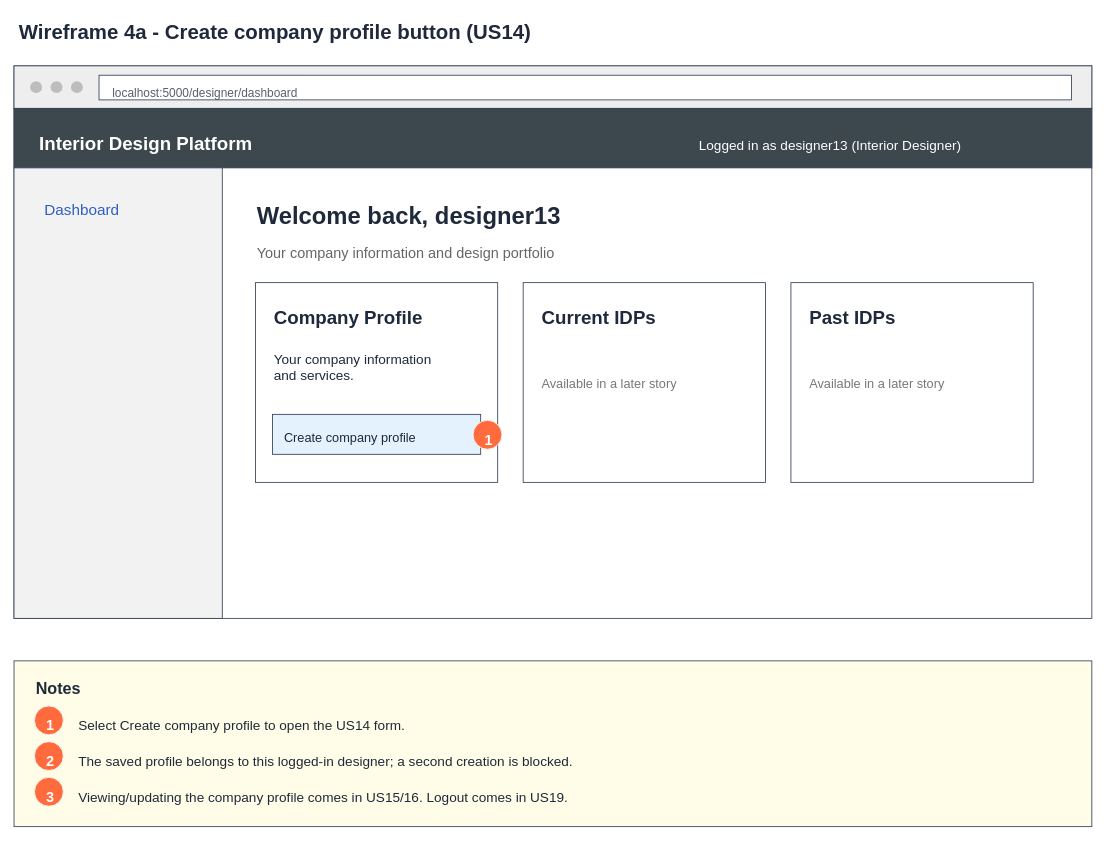
Earlier version of the draw.io diagram page "4a Wireframe - Create button" (2 of 8) of Sprint_2/US14 - Create Company Profile/US14 Create company profile.drawio (Hanzxc/CSIT314-ARCHSS). Source tidied: cells renumbered, new cells numbered last; positions are measured from the earlier drawing's top-left corner, leaving out a move shared by most shapes. Both pictures are drawn from the tidied source at 85%, with x=0, y=0 at pixel (14, 14).
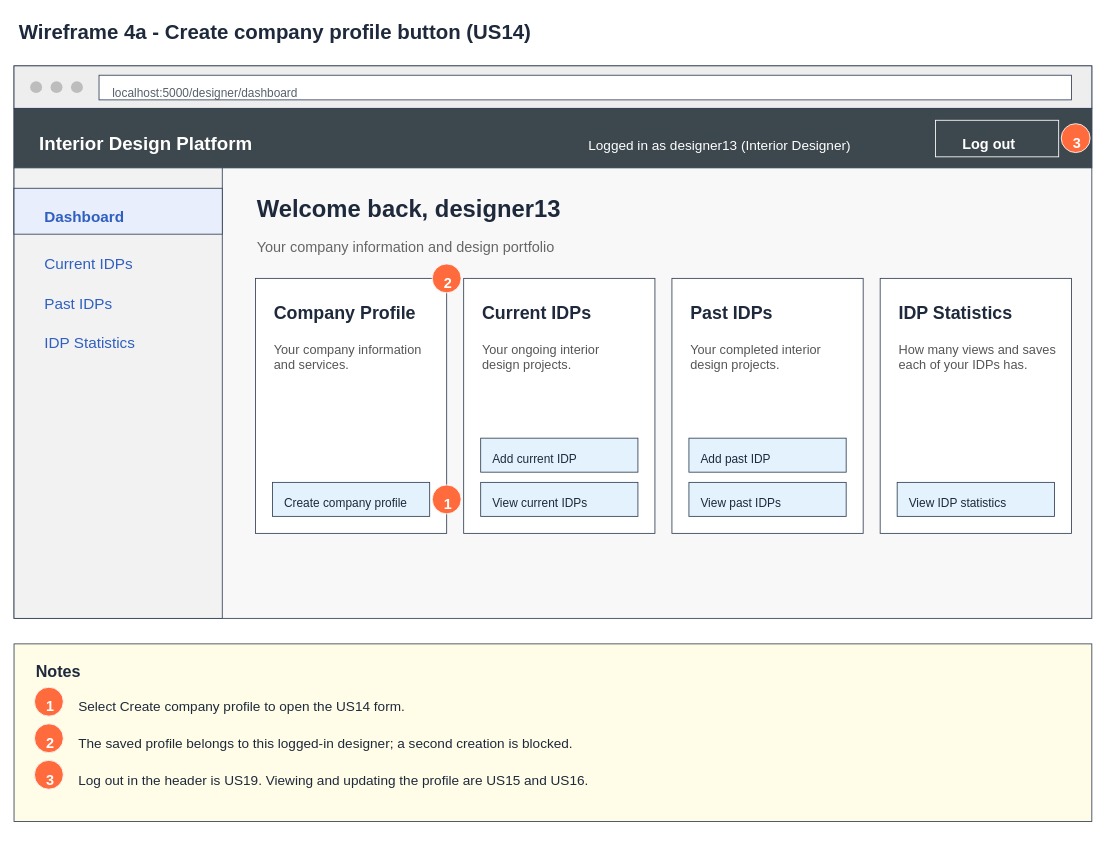
Above is the later version.

Diff of the diagram source:
```diff
@@
-    <mxCell id="3" style="rounded=0;whiteSpace=wrap;fillColor=#ffffff;strokeColor=#334155;" parent="1" vertex="1">
+    <mxCell id="3" style="rounded=0;whiteSpace=wrap;fillColor=#f8f8f8;strokeColor=#334155;" parent="1" vertex="1">
       <mxGeometry y="61" width="1268" height="650" as="geometry" />
     </mxCell>
@@
     <mxCell id="12" value="Logged in as designer13 (Interior Designer)" style="text;html=0;align=left;verticalAlign=top;fontSize=16;fontStyle=0;fontColor=#ffffff;" parent="1" vertex="1">
-      <mxGeometry x="804" y="138" width="440" height="23" as="geometry" />
+      <mxGeometry x="674" y="138" width="440" height="23" as="geometry" />
     </mxCell>
-    <mxCell id="13" style="rounded=0;whiteSpace=wrap;fillColor=#f2f2f2;strokeColor=#334155;" parent="1" vertex="1">
-      <mxGeometry y="181" width="245" height="530" as="geometry" />
+    <mxCell id="13" style="rounded=0;whiteSpace=wrap;fillColor=#3d474e;strokeColor=#ffffff;" parent="1" vertex="1">
+      <mxGeometry x="1084" y="125" width="145" height="43" as="geometry" />
     </mxCell>
-    <mxCell id="14" value="Dashboard" style="text;html=0;align=left;verticalAlign=top;fontSize=18;fontStyle=0;fontColor=#2f5fbf;" parent="1" vertex="1">
-      <mxGeometry x="34" y="213" width="200" height="25" as="geometry" />
+    <mxCell id="14" value="Log out" style="text;html=0;align=left;verticalAlign=top;fontSize=17;fontStyle=1;fontColor=#ffffff;" parent="1" vertex="1">
+      <mxGeometry x="1114" y="136" width="115" height="24" as="geometry" />
     </mxCell>
-    <mxCell id="15" value="Welcome back, designer13" style="text;html=0;align=left;verticalAlign=top;fontSize=28;fontStyle=1;fontColor=#1e293b;" parent="1" vertex="1">
-      <mxGeometry x="284" y="213" width="900" height="35" as="geometry" />
+    <mxCell id="15" style="rounded=0;whiteSpace=wrap;fillColor=#f2f2f2;strokeColor=#334155;" parent="1" vertex="1">
+      <mxGeometry y="181" width="245" height="530" as="geometry" />
     </mxCell>
-    <mxCell id="16" value="Your company information and design portfolio" style="text;html=0;align=left;verticalAlign=top;fontSize=17;fontStyle=0;fontColor=#666666;" parent="1" vertex="1">
-      <mxGeometry x="284" y="264" width="900" height="24" as="geometry" />
+    <mxCell id="16" style="rounded=0;whiteSpace=wrap;fillColor=#e8eefb;strokeColor=#334155;" parent="1" vertex="1">
+      <mxGeometry y="205" width="245" height="54" as="geometry" />
     </mxCell>
-    <mxCell id="17" style="rounded=0;whiteSpace=wrap;fillColor=#ffffff;strokeColor=#334155;" parent="1" vertex="1">
-      <mxGeometry x="284" y="316" width="285" height="235" as="geometry" />
+    <mxCell id="17" value="Dashboard" style="text;html=0;align=left;verticalAlign=top;fontSize=18;fontStyle=1;fontColor=#2f5fbf;" parent="1" vertex="1">
+      <mxGeometry x="34" y="221" width="200" height="25" as="geometry" />
     </mxCell>
-    <mxCell id="18" value="Company Profile" style="text;html=0;align=left;verticalAlign=top;fontSize=22;fontStyle=1;fontColor=#1e293b;" parent="1" vertex="1">
-      <mxGeometry x="304" y="337" width="245" height="29" as="geometry" />
+    <mxCell id="18" value="Current IDPs" style="text;html=0;align=left;verticalAlign=top;fontSize=18;fontStyle=0;fontColor=#2f5fbf;" parent="1" vertex="1">
+      <mxGeometry x="34" y="277" width="200" height="25" as="geometry" />
     </mxCell>
-    <mxCell id="19" value="Your company information&#10;and services." style="text;html=0;align=left;verticalAlign=top;fontSize=16;fontStyle=0;fontColor=#1e293b;" parent="1" vertex="1">
-      <mxGeometry x="304" y="390" width="245" height="46" as="geometry" />
+    <mxCell id="19" value="Past IDPs" style="text;html=0;align=left;verticalAlign=top;fontSize=18;fontStyle=0;fontColor=#2f5fbf;" parent="1" vertex="1">
+      <mxGeometry x="34" y="323" width="200" height="25" as="geometry" />
     </mxCell>
-    <mxCell id="20" style="rounded=0;whiteSpace=wrap;fillColor=#e3f2fd;strokeColor=#334155;" parent="1" vertex="1">
-      <mxGeometry x="304" y="471" width="245" height="47" as="geometry" />
+    <mxCell id="20" value="IDP Statistics" style="text;html=0;align=left;verticalAlign=top;fontSize=18;fontStyle=0;fontColor=#2f5fbf;" parent="1" vertex="1">
+      <mxGeometry x="34" y="369" width="200" height="25" as="geometry" />
     </mxCell>
-    <mxCell id="21" value="Create company profile" style="text;html=0;align=left;verticalAlign=top;fontSize=15;fontStyle=0;fontColor=#1e293b;" parent="1" vertex="1">
-      <mxGeometry x="316" y="483" width="221" height="22" as="geometry" />
+    <mxCell id="21" value="Welcome back, designer13" style="text;html=0;align=left;verticalAlign=top;fontSize=28;fontStyle=1;fontColor=#1e293b;" parent="1" vertex="1">
+      <mxGeometry x="284" y="205" width="900" height="35" as="geometry" />
     </mxCell>
-    <mxCell id="22" style="ellipse;fillColor=#ff6b3d;strokeColor=#ffffff;" parent="1" vertex="1">
-      <mxGeometry x="540" y="478" width="34" height="34" as="geometry" />
+    <mxCell id="22" value="Your company information and design portfolio" style="text;html=0;align=left;verticalAlign=top;fontSize=17;fontStyle=0;fontColor=#666666;" parent="1" vertex="1">
+      <mxGeometry x="284" y="258" width="900" height="24" as="geometry" />
     </mxCell>
-    <mxCell id="23" value="1" style="text;html=0;align=left;verticalAlign=top;fontSize=17;fontStyle=1;fontColor=#ffffff;" parent="1" vertex="1">
-      <mxGeometry x="552" y="484" width="20" height="24" as="geometry" />
+    <mxCell id="23" style="rounded=0;whiteSpace=wrap;fillColor=#ffffff;strokeColor=#334155;" parent="1" vertex="1">
+      <mxGeometry x="284" y="311" width="225" height="300" as="geometry" />
     </mxCell>
-    <mxCell id="24" style="rounded=0;whiteSpace=wrap;fillColor=#ffffff;strokeColor=#334155;" parent="1" vertex="1">
-      <mxGeometry x="599" y="316" width="285" height="235" as="geometry" />
+    <mxCell id="24" value="Company Profile" style="text;html=0;align=left;verticalAlign=top;fontSize=21;fontStyle=1;fontColor=#1e293b;" parent="1" vertex="1">
+      <mxGeometry x="304" y="332" width="195" height="29" as="geometry" />
     </mxCell>
-    <mxCell id="25" value="Current IDPs" style="text;html=0;align=left;verticalAlign=top;fontSize=22;fontStyle=1;fontColor=#1e293b;" parent="1" vertex="1">
-      <mxGeometry x="619" y="337" width="245" height="29" as="geometry" />
+    <mxCell id="25" value="Your company information&#10;and services." style="text;html=0;align=left;verticalAlign=top;fontSize=15;fontStyle=0;fontColor=#555555;" parent="1" vertex="1">
+      <mxGeometry x="304" y="379" width="195" height="44" as="geometry" />
     </mxCell>
-    <mxCell id="26" value="Available in a later story" style="text;html=0;align=left;verticalAlign=top;fontSize=15;fontStyle=0;fontColor=#777777;" parent="1" vertex="1">
-      <mxGeometry x="619" y="419" width="245" height="22" as="geometry" />
+    <mxCell id="26" style="rounded=0;whiteSpace=wrap;fillColor=#e3f2fd;strokeColor=#334155;" parent="1" vertex="1">
+      <mxGeometry x="304" y="551" width="185" height="40" as="geometry" />
     </mxCell>
-    <mxCell id="27" style="rounded=0;whiteSpace=wrap;fillColor=#ffffff;strokeColor=#334155;" parent="1" vertex="1">
-      <mxGeometry x="914" y="316" width="285" height="235" as="geometry" />
+    <mxCell id="27" value="Create company profile" style="text;html=0;align=left;verticalAlign=top;fontSize=14;fontStyle=0;fontColor=#1e293b;" parent="1" vertex="1">
+      <mxGeometry x="316" y="561" width="165" height="22" as="geometry" />
     </mxCell>
-    <mxCell id="28" value="Past IDPs" style="text;html=0;align=left;verticalAlign=top;fontSize=22;fontStyle=1;fontColor=#1e293b;" parent="1" vertex="1">
-      <mxGeometry x="934" y="337" width="245" height="29" as="geometry" />
+    <mxCell id="28" style="rounded=0;whiteSpace=wrap;fillColor=#ffffff;strokeColor=#334155;" parent="1" vertex="1">
+      <mxGeometry x="529" y="311" width="225" height="300" as="geometry" />
     </mxCell>
-    <mxCell id="29" value="Available in a later story" style="text;html=0;align=left;verticalAlign=top;fontSize=15;fontStyle=0;fontColor=#777777;" parent="1" vertex="1">
-      <mxGeometry x="934" y="419" width="245" height="22" as="geometry" />
+    <mxCell id="29" value="Current IDPs" style="text;html=0;align=left;verticalAlign=top;fontSize=21;fontStyle=1;fontColor=#1e293b;" parent="1" vertex="1">
+      <mxGeometry x="549" y="332" width="195" height="29" as="geometry" />
     </mxCell>
-    <mxCell id="30" style="rounded=0;whiteSpace=wrap;fillColor=#fffde7;strokeColor=#334155;" parent="1" vertex="1">
-      <mxGeometry y="761" width="1268" height="195" as="geometry" />
+    <mxCell id="30" value="Your ongoing interior&#10;design projects." style="text;html=0;align=left;verticalAlign=top;fontSize=15;fontStyle=0;fontColor=#555555;" parent="1" vertex="1">
+      <mxGeometry x="549" y="379" width="195" height="44" as="geometry" />
     </mxCell>
-    <mxCell id="31" value="Notes" style="text;html=0;align=left;verticalAlign=top;fontSize=19;fontStyle=1;fontColor=#1e293b;" parent="1" vertex="1">
-      <mxGeometry x="24" y="776" width="900" height="26" as="geometry" />
+    <mxCell id="31" style="rounded=0;whiteSpace=wrap;fillColor=#e3f2fd;strokeColor=#334155;" parent="1" vertex="1">
+      <mxGeometry x="549" y="499" width="185" height="40" as="geometry" />
     </mxCell>
-    <mxCell id="32" style="ellipse;fillColor=#ff6b3d;strokeColor=#ffffff;" parent="1" vertex="1">
-      <mxGeometry x="24" y="814" width="34" height="34" as="geometry" />
+    <mxCell id="32" value="Add current IDP" style="text;html=0;align=left;verticalAlign=top;fontSize=14;fontStyle=0;fontColor=#1e293b;" parent="1" vertex="1">
+      <mxGeometry x="561" y="509" width="165" height="22" as="geometry" />
     </mxCell>
-    <mxCell id="33" value="1" style="text;html=0;align=left;verticalAlign=top;fontSize=17;fontStyle=1;fontColor=#ffffff;" parent="1" vertex="1">
-      <mxGeometry x="36" y="820" width="20" height="24" as="geometry" />
+    <mxCell id="33" style="rounded=0;whiteSpace=wrap;fillColor=#e3f2fd;strokeColor=#334155;" parent="1" vertex="1">
+      <mxGeometry x="549" y="551" width="185" height="40" as="geometry" />
     </mxCell>
-    <mxCell id="34" value="Select Create company profile to open the US14 form." style="text;html=0;align=left;verticalAlign=top;fontSize=16;fontStyle=0;fontColor=#1e293b;" parent="1" vertex="1">
-      <mxGeometry x="74" y="821" width="1160" height="23" as="geometry" />
+    <mxCell id="34" value="View current IDPs" style="text;html=0;align=left;verticalAlign=top;fontSize=14;fontStyle=0;fontColor=#1e293b;" parent="1" vertex="1">
+      <mxGeometry x="561" y="561" width="165" height="22" as="geometry" />
     </mxCell>
-    <mxCell id="35" style="ellipse;fillColor=#ff6b3d;strokeColor=#ffffff;" parent="1" vertex="1">
-      <mxGeometry x="24" y="856" width="34" height="34" as="geometry" />
+    <mxCell id="35" style="rounded=0;whiteSpace=wrap;fillColor=#ffffff;strokeColor=#334155;" parent="1" vertex="1">
+      <mxGeometry x="774" y="311" width="225" height="300" as="geometry" />
     </mxCell>
-    <mxCell id="36" value="2" style="text;html=0;align=left;verticalAlign=top;fontSize=17;fontStyle=1;fontColor=#ffffff;" parent="1" vertex="1">
-      <mxGeometry x="36" y="862" width="20" height="24" as="geometry" />
+    <mxCell id="36" value="Past IDPs" style="text;html=0;align=left;verticalAlign=top;fontSize=21;fontStyle=1;fontColor=#1e293b;" parent="1" vertex="1">
+      <mxGeometry x="794" y="332" width="195" height="29" as="geometry" />
     </mxCell>
-    <mxCell id="37" value="The saved profile belongs to this logged-in designer; a second creation is blocked." style="text;html=0;align=left;verticalAlign=top;fontSize=16;fontStyle=0;fontColor=#1e293b;" parent="1" vertex="1">
-      <mxGeometry x="74" y="863" width="1160" height="23" as="geometry" />
+    <mxCell id="37" value="Your completed interior&#10;design projects." style="text;html=0;align=left;verticalAlign=top;fontSize=15;fontStyle=0;fontColor=#555555;" parent="1" vertex="1">
+      <mxGeometry x="794" y="379" width="195" height="44" as="geometry" />
     </mxCell>
-    <mxCell id="38" style="ellipse;fillColor=#ff6b3d;strokeColor=#ffffff;" parent="1" vertex="1">
-      <mxGeometry x="24" y="898" width="34" height="34" as="geometry" />
+    <mxCell id="38" style="rounded=0;whiteSpace=wrap;fillColor=#e3f2fd;strokeColor=#334155;" parent="1" vertex="1">
+      <mxGeometry x="794" y="499" width="185" height="40" as="geometry" />
     </mxCell>
-    <mxCell id="39" value="3" style="text;html=0;align=left;verticalAlign=top;fontSize=17;fontStyle=1;fontColor=#ffffff;" parent="1" vertex="1">
-      <mxGeometry x="36" y="904" width="20" height="24" as="geometry" />
+    <mxCell id="39" value="Add past IDP" style="text;html=0;align=left;verticalAlign=top;fontSize=14;fontStyle=0;fontColor=#1e293b;" parent="1" vertex="1">
+      <mxGeometry x="806" y="509" width="165" height="22" as="geometry" />
     </mxCell>
-    <mxCell id="40" value="Viewing/updating the company profile comes in US15/16. Logout comes in US19." style="text;html=0;align=left;verticalAlign=top;fontSize=16;fontStyle=0;fontColor=#1e293b;" parent="1" vertex="1">
-      <mxGeometry x="74" y="905" width="1160" height="23" as="geometry" />
+    <mxCell id="40" style="rounded=0;whiteSpace=wrap;fillColor=#e3f2fd;strokeColor=#334155;" parent="1" vertex="1">
+      <mxGeometry x="794" y="551" width="185" height="40" as="geometry" />
     </mxCell>
+    <mxCell id="41" value="View past IDPs" style="text;html=0;align=left;verticalAlign=top;fontSize=14;fontStyle=0;fontColor=#1e293b;" parent="1" vertex="1">
+      <mxGeometry x="806" y="561" width="165" height="22" as="geometry" />
+    </mxCell>
+    <mxCell id="42" style="rounded=0;whiteSpace=wrap;fillColor=#ffffff;strokeColor=#334155;" parent="1" vertex="1">
+      <mxGeometry x="1019" y="311" width="225" height="300" as="geometry" />
+    </mxCell>
+    <mxCell id="43" value="IDP Statistics" style="text;html=0;align=left;verticalAlign=top;fontSize=21;fontStyle=1;fontColor=#1e293b;" parent="1" vertex="1">
+      <mxGeometry x="1039" y="332" width="195" height="29" as="geometry" />
+    </mxCell>
+    <mxCell id="44" value="How many views and saves&#10;each of your IDPs has." style="text;html=0;align=left;verticalAlign=top;fontSize=15;fontStyle=0;fontColor=#555555;" parent="1" vertex="1">
+      <mxGeometry x="1039" y="379" width="195" height="44" as="geometry" />
+    </mxCell>
+    <mxCell id="45" style="rounded=0;whiteSpace=wrap;fillColor=#e3f2fd;strokeColor=#334155;" parent="1" vertex="1">
+      <mxGeometry x="1039" y="551" width="185" height="40" as="geometry" />
+    </mxCell>
+    <mxCell id="46" value="View IDP statistics" style="text;html=0;align=left;verticalAlign=top;fontSize=14;fontStyle=0;fontColor=#1e293b;" parent="1" vertex="1">
+      <mxGeometry x="1051" y="561" width="165" height="22" as="geometry" />
+    </mxCell>
+    <mxCell id="47" style="ellipse;fillColor=#ff6b3d;strokeColor=#ffffff;" parent="1" vertex="1">
+      <mxGeometry x="492" y="554" width="34" height="34" as="geometry" />
+    </mxCell>
+    <mxCell id="48" value="1" style="text;html=0;align=left;verticalAlign=top;fontSize=17;fontStyle=1;fontColor=#ffffff;" parent="1" vertex="1">
+      <mxGeometry x="504" y="560" width="20" height="24" as="geometry" />
+    </mxCell>
+    <mxCell id="49" style="ellipse;fillColor=#ff6b3d;strokeColor=#ffffff;" parent="1" vertex="1">
+      <mxGeometry x="492" y="294" width="34" height="34" as="geometry" />
+    </mxCell>
+    <mxCell id="50" value="2" style="text;html=0;align=left;verticalAlign=top;fontSize=17;fontStyle=1;fontColor=#ffffff;" parent="1" vertex="1">
+      <mxGeometry x="504" y="300" width="20" height="24" as="geometry" />
+    </mxCell>
+    <mxCell id="51" style="ellipse;fillColor=#ff6b3d;strokeColor=#ffffff;" parent="1" vertex="1">
+      <mxGeometry x="1232" y="129" width="34" height="34" as="geometry" />
+    </mxCell>
+    <mxCell id="52" value="3" style="text;html=0;align=left;verticalAlign=top;fontSize=17;fontStyle=1;fontColor=#ffffff;" parent="1" vertex="1">
+      <mxGeometry x="1244" y="135" width="20" height="24" as="geometry" />
+    </mxCell>
+    <mxCell id="53" style="rounded=0;whiteSpace=wrap;fillColor=#fffde7;strokeColor=#334155;" parent="1" vertex="1">
+      <mxGeometry y="741" width="1268" height="209" as="geometry" />
+    </mxCell>
+    <mxCell id="54" value="Notes" style="text;html=0;align=left;verticalAlign=top;fontSize=19;fontStyle=1;fontColor=#1e293b;" parent="1" vertex="1">
+      <mxGeometry x="24" y="756" width="900" height="26" as="geometry" />
+    </mxCell>
+    <mxCell id="55" style="ellipse;fillColor=#ff6b3d;strokeColor=#ffffff;" parent="1" vertex="1">
+      <mxGeometry x="24" y="792" width="34" height="34" as="geometry" />
+    </mxCell>
+    <mxCell id="56" value="1" style="text;html=0;align=left;verticalAlign=top;fontSize=17;fontStyle=1;fontColor=#ffffff;" parent="1" vertex="1">
+      <mxGeometry x="36" y="798" width="20" height="24" as="geometry" />
+    </mxCell>
+    <mxCell id="57" value="Select Create company profile to open the US14 form." style="text;html=0;align=left;verticalAlign=top;fontSize=16;fontStyle=0;fontColor=#1e293b;" parent="1" vertex="1">
+      <mxGeometry x="74" y="799" width="1180" height="23" as="geometry" />
+    </mxCell>
+    <mxCell id="58" style="ellipse;fillColor=#ff6b3d;strokeColor=#ffffff;" parent="1" vertex="1">
+      <mxGeometry x="24" y="835" width="34" height="34" as="geometry" />
+    </mxCell>
+    <mxCell id="59" value="2" style="text;html=0;align=left;verticalAlign=top;fontSize=17;fontStyle=1;fontColor=#ffffff;" parent="1" vertex="1">
+      <mxGeometry x="36" y="841" width="20" height="24" as="geometry" />
+    </mxCell>
+    <mxCell id="60" value="The saved profile belongs to this logged-in designer; a second creation is blocked." style="text;html=0;align=left;verticalAlign=top;fontSize=16;fontStyle=0;fontColor=#1e293b;" parent="1" vertex="1">
+      <mxGeometry x="74" y="842" width="1180" height="23" as="geometry" />
+    </mxCell>
+    <mxCell id="61" style="ellipse;fillColor=#ff6b3d;strokeColor=#ffffff;" parent="1" vertex="1">
+      <mxGeometry x="24" y="878" width="34" height="34" as="geometry" />
+    </mxCell>
+    <mxCell id="62" value="3" style="text;html=0;align=left;verticalAlign=top;fontSize=17;fontStyle=1;fontColor=#ffffff;" parent="1" vertex="1">
+      <mxGeometry x="36" y="884" width="20" height="24" as="geometry" />
+    </mxCell>
+    <mxCell id="63" value="Log out in the header is US19. Viewing and updating the profile are US15 and US16." style="text;html=0;align=left;verticalAlign=top;fontSize=16;fontStyle=0;fontColor=#1e293b;" parent="1" vertex="1">
+      <mxGeometry x="74" y="885" width="1180" height="23" as="geometry" />
+    </mxCell>
```
